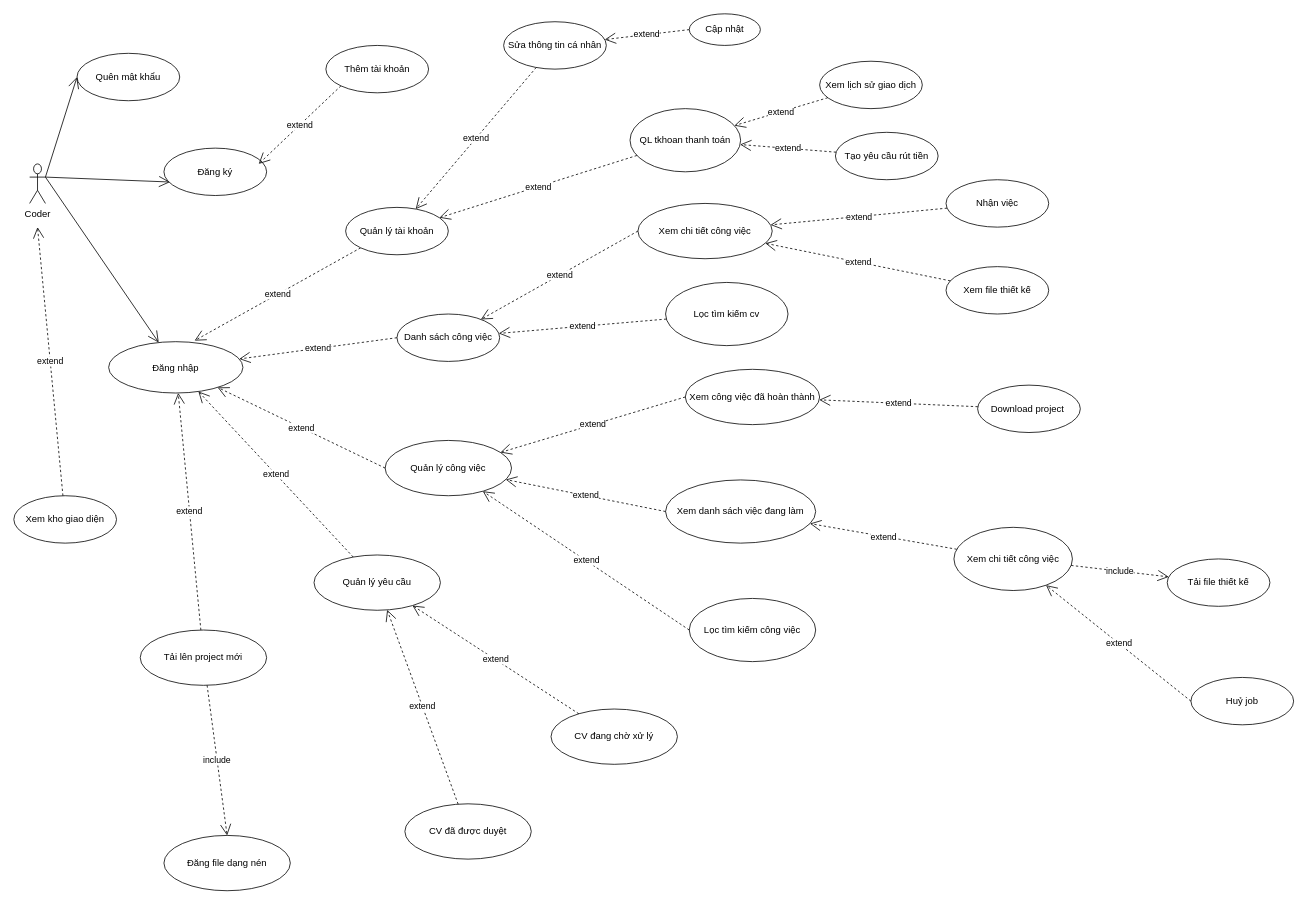
The draw.io diagram Untitled Diagram.drawio in manhhaihust/mdb-docs-and-content, before the edit. Source tidied: cells renumbered, new cells numbered last; positions are measured from the earlier drawing's top-left corner, leaving out a move shared by most shapes. Both pictures are drawn from the tidied source at 79%, with x=0, y=0 at pixel (13, 13).
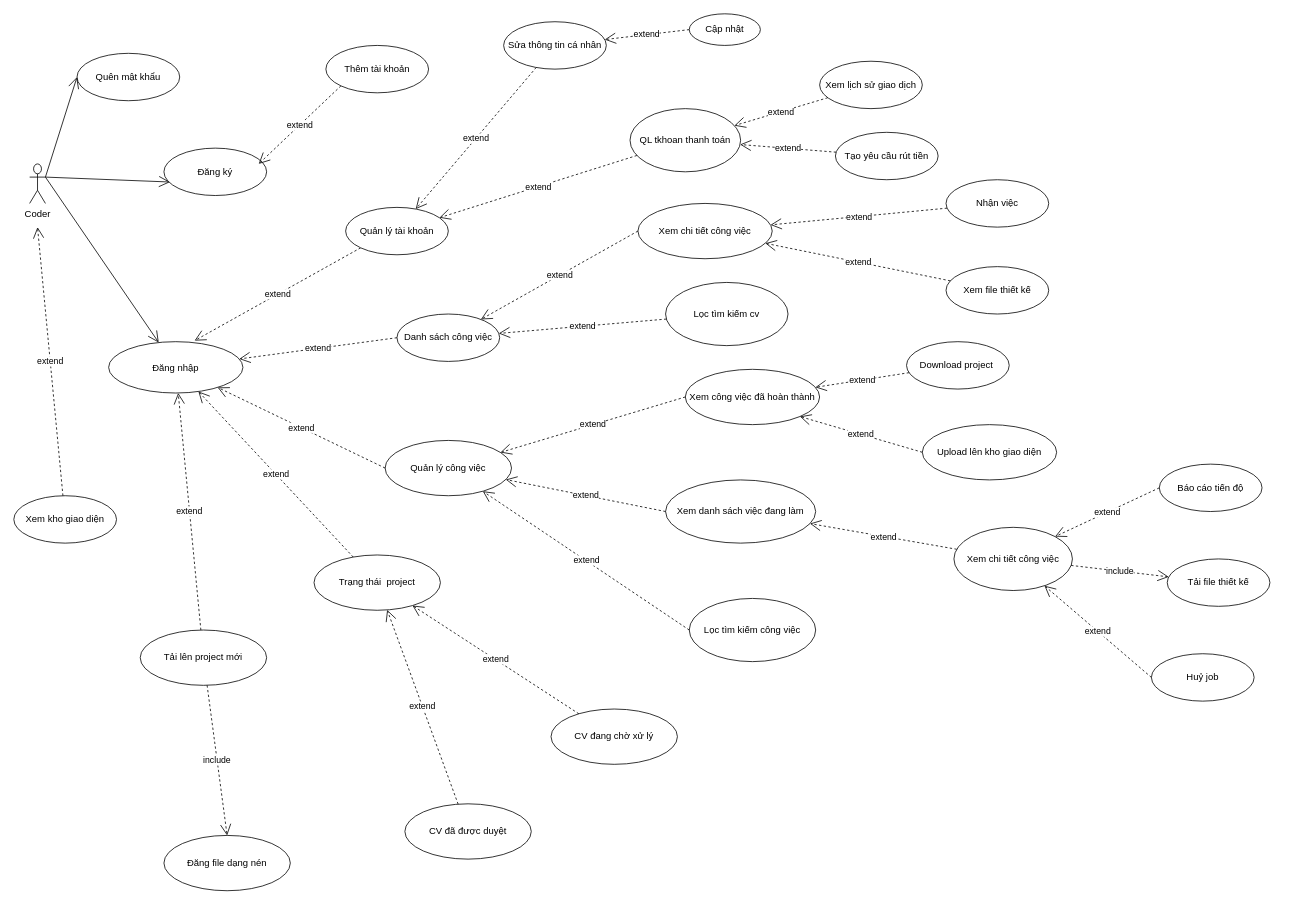
The same page after the edit.

The change refers to these unchanged cells:
```xml
<mxCell id="14" value="Xem chi tiết công việc" style="ellipse;whiteSpace=wrap;html=1;" parent="1" vertex="1">
  <mxGeometry x="1190" y="650" width="150" height="80" as="geometry" />
</mxCell>
<mxCell id="27" value="Xem công việc đã hoàn thành" style="ellipse;whiteSpace=wrap;html=1;" parent="1" vertex="1">
  <mxGeometry x="850" y="450" width="170" height="70" as="geometry" />
</mxCell>
```

Diff of the diagram source:
```diff
@@
     <mxCell id="29" value="Huỷ job" style="ellipse;whiteSpace=wrap;html=1;" parent="1" vertex="1">
-      <mxGeometry x="1490" y="840" width="130" height="60" as="geometry" />
+      <mxGeometry x="1440" y="810" width="130" height="60" as="geometry" />
     </mxCell>
@@
     <mxCell id="35" value="Download project&amp;nbsp;" style="ellipse;whiteSpace=wrap;html=1;" parent="1" vertex="1">
-      <mxGeometry x="1220" y="470" width="130" height="60" as="geometry" />
+      <mxGeometry x="1130" y="415" width="130" height="60" as="geometry" />
     </mxCell>
@@
-    <mxCell id="43" value="Quản lý yêu cầu" style="ellipse;whiteSpace=wrap;html=1;" parent="1" vertex="1">
+    <mxCell id="43" value="Trạng thái&amp;nbsp; project" style="ellipse;whiteSpace=wrap;html=1;" parent="1" vertex="1">
       <mxGeometry x="380" y="685" width="160" height="70" as="geometry" />
     </mxCell>
@@
+    <mxCell id="61" value="Báo cáo tiến độ" style="ellipse;whiteSpace=wrap;html=1;" parent="1" vertex="1">
+      <mxGeometry x="1450" y="570" width="130" height="60" as="geometry" />
+    </mxCell>
+    <mxCell id="62" value="extend" style="endArrow=open;endSize=12;dashed=1;html=1;exitX=0;exitY=0.5;exitDx=0;exitDy=0;entryX=1;entryY=0;entryDx=0;entryDy=0;" parent="1" edge="1" source="61" target="14">
+      <mxGeometry relative="1" as="geometry" />
+    </mxCell>
+    <mxCell id="63" value="Upload lên kho giao diện" style="ellipse;whiteSpace=wrap;html=1;" parent="1" vertex="1">
+      <mxGeometry x="1150" y="520" width="170" height="70" as="geometry" />
+    </mxCell>
+    <mxCell id="64" value="extend" style="endArrow=open;endSize=12;dashed=1;html=1;exitX=0;exitY=0.5;exitDx=0;exitDy=0;entryX=1;entryY=1;entryDx=0;entryDy=0;" parent="1" edge="1" source="63" target="27">
+      <mxGeometry relative="1" as="geometry" />
+    </mxCell>
```
